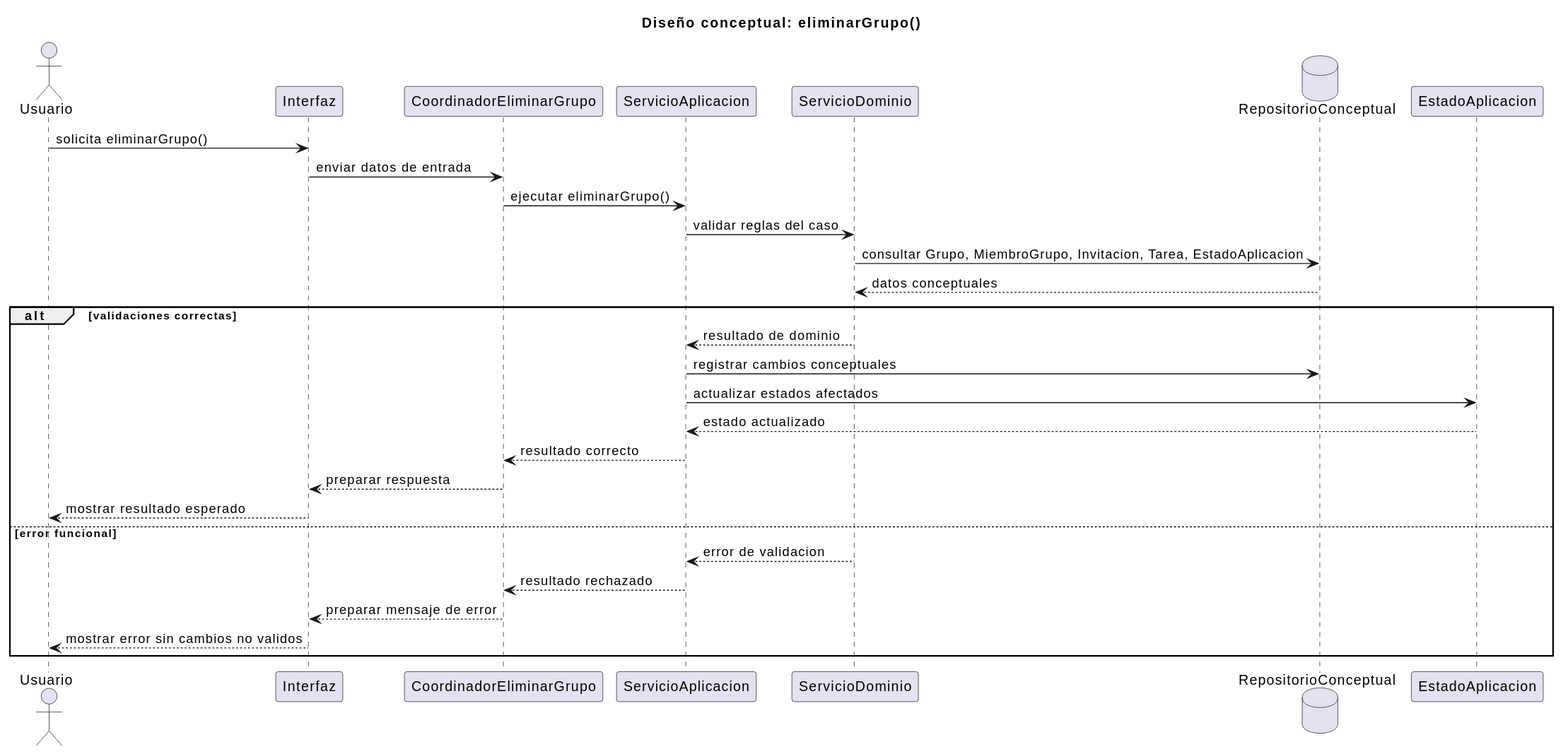
This is documents/RUP/02-diseño/casos-uso/gestion-grupos/eliminarGrupo/secuencia.svg from inigovaqueroo04/25-26-idsw2-sdVC, a PlantUML export, as it was before one commit. The source it was exported from:
```plantuml
@startuml
title Diseño conceptual: eliminarGrupo()

actor "Usuario" as Usuario
participant "Interfaz" as Interfaz
participant "CoordinadorEliminarGrupo" as Coordinador
participant "ServicioAplicacion" as ServicioAplicacion
participant "ServicioDominio" as ServicioDominio
database "RepositorioConceptual" as Repositorio
participant "EstadoAplicacion" as EstadoAplicacion

Usuario -> Interfaz : solicita eliminarGrupo()
Interfaz -> Coordinador : enviar datos de entrada
Coordinador -> ServicioAplicacion : ejecutar eliminarGrupo()
ServicioAplicacion -> ServicioDominio : validar reglas del caso
ServicioDominio -> Repositorio : consultar Grupo, MiembroGrupo, Invitacion, Tarea, EstadoAplicacion
Repositorio --> ServicioDominio : datos conceptuales

alt validaciones correctas
  ServicioDominio --> ServicioAplicacion : resultado de dominio
  ServicioAplicacion -> Repositorio : registrar cambios conceptuales
  ServicioAplicacion -> EstadoAplicacion : actualizar estados afectados
  EstadoAplicacion --> ServicioAplicacion : estado actualizado
  ServicioAplicacion --> Coordinador : resultado correcto
  Coordinador --> Interfaz : preparar respuesta
  Interfaz --> Usuario : mostrar resultado esperado
else error funcional
  ServicioDominio --> ServicioAplicacion : error de validacion
  ServicioAplicacion --> Coordinador : resultado rechazado
  Coordinador --> Interfaz : preparar mensaje de error
  Interfaz --> Usuario : mostrar error sin cambios no validos
end
@enduml
```
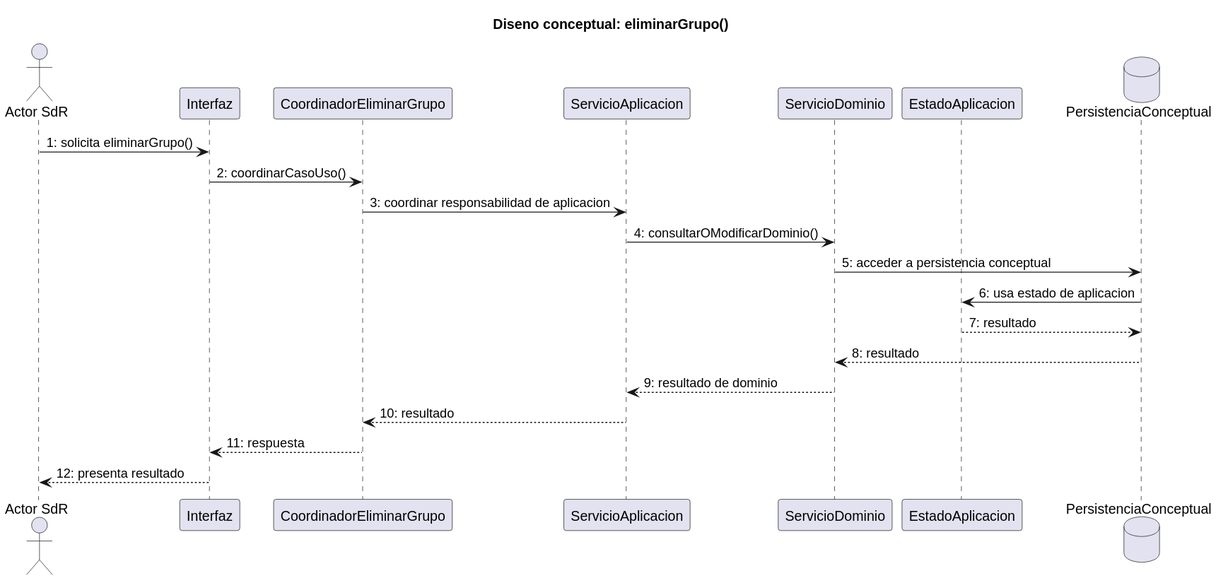
After the change.

Commit message:
docs: ajustar diseno de eliminar grupo

Change to the diagram source:
```diff
@@ -1,33 +1,24 @@
 @startuml
-title Diseño conceptual: eliminarGrupo()
+title Diseno conceptual: eliminarGrupo()
 
-actor "Usuario" as Usuario
+actor "Actor SdR" as Actor
 participant "Interfaz" as Interfaz
 participant "CoordinadorEliminarGrupo" as Coordinador
 participant "ServicioAplicacion" as ServicioAplicacion
 participant "ServicioDominio" as ServicioDominio
-database "RepositorioConceptual" as Repositorio
 participant "EstadoAplicacion" as EstadoAplicacion
+database "PersistenciaConceptual" as Persistencia
 
-Usuario -> Interfaz : solicita eliminarGrupo()
-Interfaz -> Coordinador : enviar datos de entrada
-Coordinador -> ServicioAplicacion : ejecutar eliminarGrupo()
-ServicioAplicacion -> ServicioDominio : validar reglas del caso
-ServicioDominio -> Repositorio : consultar Grupo, MiembroGrupo, Invitacion, Tarea, EstadoAplicacion
-Repositorio --> ServicioDominio : datos conceptuales
-
-alt validaciones correctas
-  ServicioDominio --> ServicioAplicacion : resultado de dominio
-  ServicioAplicacion -> Repositorio : registrar cambios conceptuales
-  ServicioAplicacion -> EstadoAplicacion : actualizar estados afectados
-  EstadoAplicacion --> ServicioAplicacion : estado actualizado
-  ServicioAplicacion --> Coordinador : resultado correcto
-  Coordinador --> Interfaz : preparar respuesta
-  Interfaz --> Usuario : mostrar resultado esperado
-else error funcional
-  ServicioDominio --> ServicioAplicacion : error de validacion
-  ServicioAplicacion --> Coordinador : resultado rechazado
-  Coordinador --> Interfaz : preparar mensaje de error
-  Interfaz --> Usuario : mostrar error sin cambios no validos
-end
+Actor -> Interfaz : 1: solicita eliminarGrupo()
+Interfaz -> Coordinador : 2: coordinarCasoUso()
+Coordinador -> ServicioAplicacion : 3: coordinar responsabilidad de aplicacion
+ServicioAplicacion -> ServicioDominio : 4: consultarOModificarDominio()
+ServicioDominio -> Persistencia : 5: acceder a persistencia conceptual
+Persistencia -> EstadoAplicacion : 6: usa estado de aplicacion
+EstadoAplicacion --> Persistencia : 7: resultado
+Persistencia --> ServicioDominio : 8: resultado
+ServicioDominio --> ServicioAplicacion : 9: resultado de dominio
+ServicioAplicacion --> Coordinador : 10: resultado
+Coordinador --> Interfaz : 11: respuesta
+Interfaz --> Actor : 12: presenta resultado
 @enduml
```
